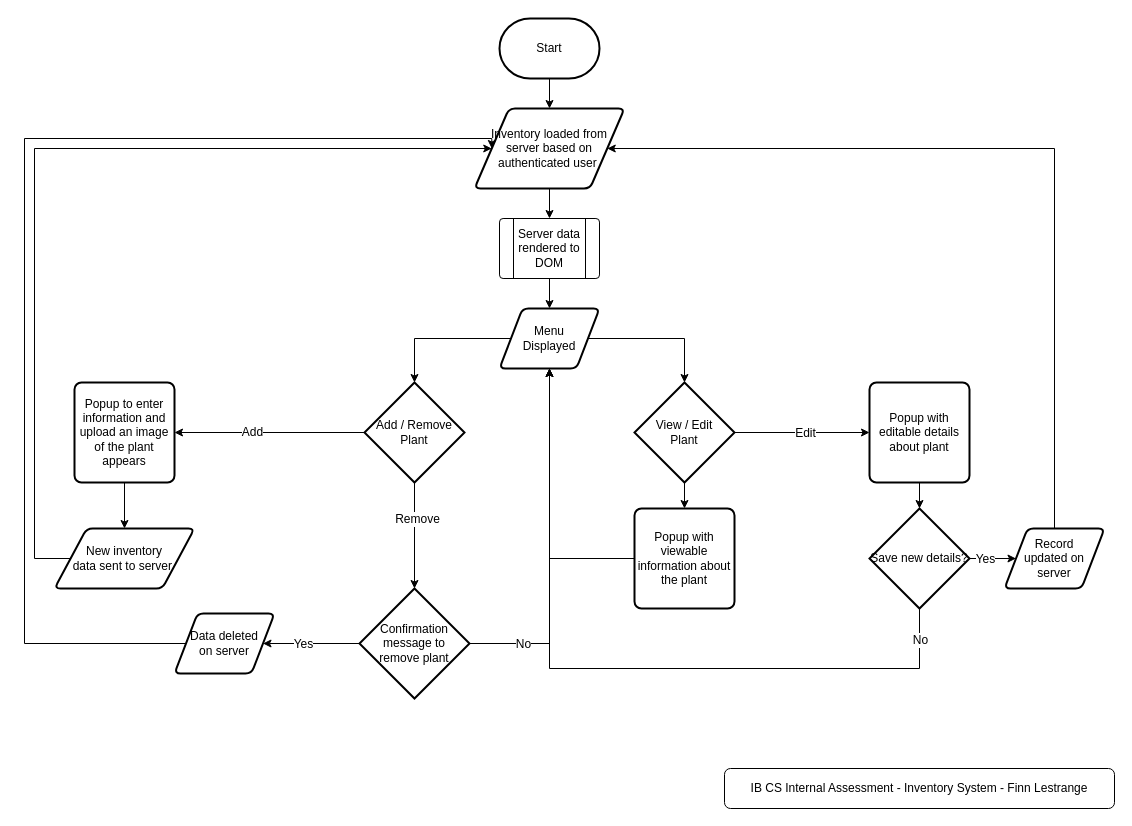
Earlier version of the draw.io diagram Diagrams and Flowcharts/InventorySystem.drawio (71xn/ibcs-ia). Source tidied: cells renumbered, new cells numbered last; positions are measured from the earlier drawing's top-left corner, leaving out a move shared by most shapes. Both pictures are drawn from the tidied source at 100%, with x=0, y=0 at pixel (24, 18).
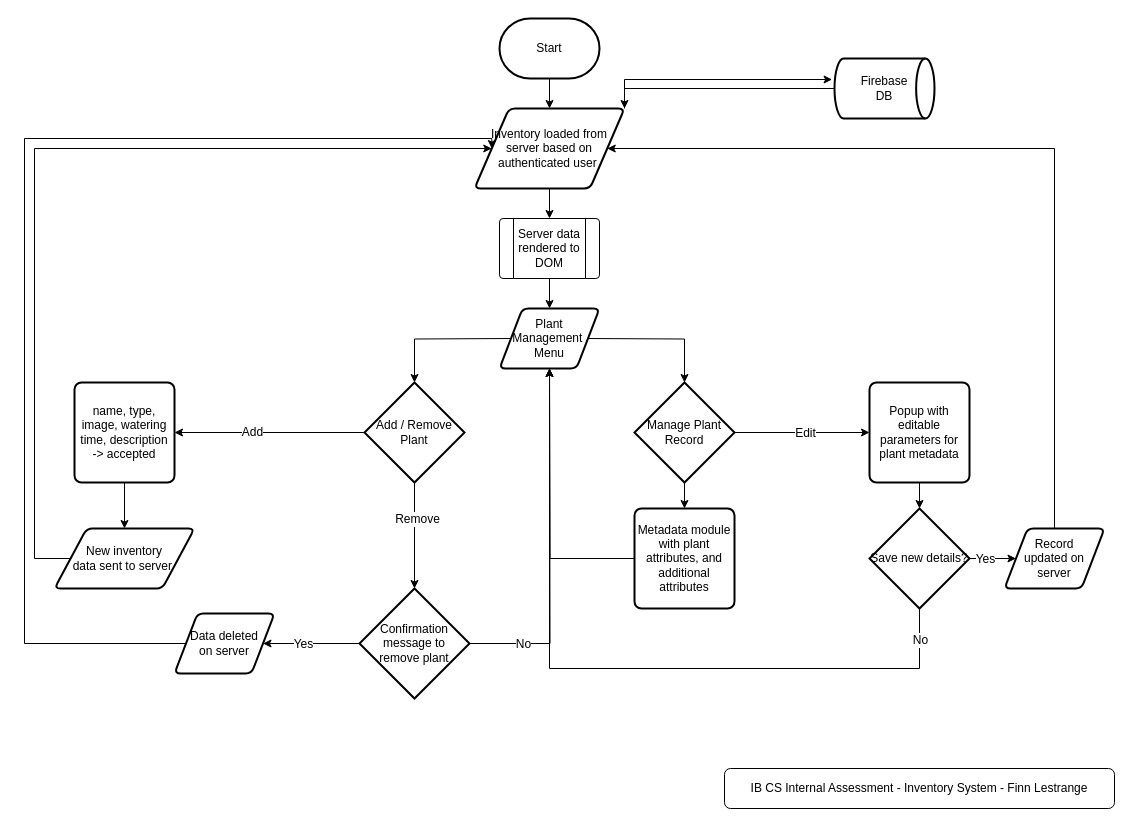
Above is the later version.

Unchanged cells that the change refers to:
```xml
<mxCell id="6" value="&lt;font style=&quot;font-size: 12px&quot;&gt;Inventory loaded from server based on &lt;br&gt;authenticated user&amp;nbsp;&lt;/font&gt;" style="shape=parallelogram;html=1;strokeWidth=2;perimeter=parallelogramPerimeter;whiteSpace=wrap;rounded=1;arcSize=12;size=0.23;" parent="1" vertex="1">
  <mxGeometry x="450" y="90" width="150" height="80" as="geometry" />
</mxCell>
<mxCell id="11" value="Add / Remove Plant" style="strokeWidth=2;html=1;shape=mxgraph.flowchart.decision;whiteSpace=wrap;fontSize=12;" parent="1" vertex="1">
  <mxGeometry x="340" y="364" width="100" height="100" as="geometry" />
</mxCell>
<mxCell id="27" value="&lt;span&gt;Confirmation message to &lt;br&gt;remove plant&lt;/span&gt;" style="strokeWidth=2;html=1;shape=mxgraph.flowchart.decision;whiteSpace=wrap;fontSize=12;" parent="1" vertex="1">
  <mxGeometry x="335" y="570" width="110" height="110" as="geometry" />
</mxCell>
<mxCell id="33" value="Server data rendered to DOM" style="verticalLabelPosition=middle;verticalAlign=middle;html=1;shape=process;whiteSpace=wrap;rounded=1;size=0.14;arcSize=6;fontSize=12;labelPosition=center;align=center;" parent="1" vertex="1">
  <mxGeometry x="475" y="200" width="100" height="60" as="geometry" />
</mxCell>
<mxCell id="38" value="Save new details?" style="strokeWidth=2;html=1;shape=mxgraph.flowchart.decision;whiteSpace=wrap;fontSize=12;" parent="1" vertex="1">
  <mxGeometry x="845" y="490" width="100" height="100" as="geometry" />
</mxCell>
```

Diff of the diagram source:
```diff
@@
+    <mxCell id="43" style="edgeStyle=orthogonalEdgeStyle;rounded=0;jettySize=auto;html=1;exitX=1;exitY=0;exitDx=0;exitDy=0;entryX=-0.024;entryY=0.35;entryDx=0;entryDy=0;entryPerimeter=0;" parent="1" edge="1" source="6" target="45">
+      <mxGeometry relative="1" as="geometry" />
+    </mxCell>
@@
-    <mxCell id="12" style="edgeStyle=orthogonalEdgeStyle;rounded=0;jettySize=auto;html=1;exitX=0;exitY=0.5;exitDx=0;exitDy=0;entryX=0.5;entryY=0;entryDx=0;entryDy=0;entryPerimeter=0;fontSize=12;" parent="1" edge="1" source="14" target="11">
-      <mxGeometry relative="1" as="geometry" />
+    <mxCell id="12" style="edgeStyle=orthogonalEdgeStyle;rounded=0;jettySize=auto;html=1;exitX=0;exitY=0.5;exitDx=0;exitDy=0;entryX=0.5;entryY=0;entryDx=0;entryDy=0;entryPerimeter=0;fontSize=12;" parent="1" edge="1" target="11">
+      <mxGeometry relative="1" as="geometry">
+        <mxPoint x="486.5" y="320" as="sourcePoint" />
+      </mxGeometry>
     </mxCell>
-    <mxCell id="13" style="edgeStyle=orthogonalEdgeStyle;rounded=0;jettySize=auto;html=1;exitX=1;exitY=0.5;exitDx=0;exitDy=0;entryX=0.5;entryY=0;entryDx=0;entryDy=0;entryPerimeter=0;fontSize=12;" parent="1" edge="1" source="14" target="18">
-      <mxGeometry relative="1" as="geometry" />
+    <mxCell id="13" style="edgeStyle=orthogonalEdgeStyle;rounded=0;jettySize=auto;html=1;exitX=1;exitY=0.5;exitDx=0;exitDy=0;entryX=0.5;entryY=0;entryDx=0;entryDy=0;entryPerimeter=0;fontSize=12;" parent="1" edge="1" target="18">
+      <mxGeometry relative="1" as="geometry">
+        <mxPoint x="563.5" y="320" as="sourcePoint" />
+      </mxGeometry>
     </mxCell>
-    <mxCell id="14" value="Menu&lt;br&gt;Displayed" style="shape=parallelogram;html=1;strokeWidth=2;perimeter=parallelogramPerimeter;whiteSpace=wrap;rounded=1;arcSize=12;size=0.23;fontSize=12;" parent="1" vertex="1">
-      <mxGeometry x="475" y="290" width="100" height="60" as="geometry" />
-    </mxCell>
@@
-    <mxCell id="18" value="View / Edit &lt;br&gt;Plant" style="strokeWidth=2;html=1;shape=mxgraph.flowchart.decision;whiteSpace=wrap;fontSize=12;" parent="1" vertex="1">
+    <mxCell id="18" value="Manage Plant&lt;br&gt;Record" style="strokeWidth=2;html=1;shape=mxgraph.flowchart.decision;whiteSpace=wrap;fontSize=12;" parent="1" vertex="1">
       <mxGeometry x="610" y="364" width="100" height="100" as="geometry" />
     </mxCell>
@@
-    <mxCell id="20" value="Popup to enter information and upload an image of the plant appears" style="rounded=1;whiteSpace=wrap;html=1;absoluteArcSize=1;arcSize=14;strokeWidth=2;fontSize=12;" parent="1" vertex="1">
+    <mxCell id="20" value="name, type, image, watering time, description &lt;br&gt;-&amp;gt; accepted" style="rounded=1;whiteSpace=wrap;html=1;absoluteArcSize=1;arcSize=14;strokeWidth=2;fontSize=12;" parent="1" vertex="1">
       <mxGeometry x="50" y="364" width="100" height="100" as="geometry" />
     </mxCell>
@@
-    <mxCell id="25" style="edgeStyle=orthogonalEdgeStyle;rounded=0;jettySize=auto;html=1;entryX=0.5;entryY=1;entryDx=0;entryDy=0;fontSize=12;" parent="1" edge="1" source="27" target="14">
-      <mxGeometry relative="1" as="geometry" />
+    <mxCell id="25" style="edgeStyle=orthogonalEdgeStyle;rounded=0;jettySize=auto;html=1;entryX=0.5;entryY=1;entryDx=0;entryDy=0;fontSize=12;" parent="1" edge="1" source="27">
+      <mxGeometry relative="1" as="geometry">
+        <mxPoint x="525" y="350" as="targetPoint" />
+      </mxGeometry>
     </mxCell>
@@
-    <mxCell id="31" value="Popup with editable details about plant" style="rounded=1;whiteSpace=wrap;html=1;absoluteArcSize=1;arcSize=14;strokeWidth=2;fontSize=12;" parent="1" vertex="1">
+    <mxCell id="31" value="Popup with editable parameters for plant metadata" style="rounded=1;whiteSpace=wrap;html=1;absoluteArcSize=1;arcSize=14;strokeWidth=2;fontSize=12;" parent="1" vertex="1">
       <mxGeometry x="845" y="364" width="100" height="100" as="geometry" />
     </mxCell>
-    <mxCell id="32" style="edgeStyle=orthogonalEdgeStyle;rounded=0;jettySize=auto;html=1;exitX=0.5;exitY=1;exitDx=0;exitDy=0;entryX=0.5;entryY=0;entryDx=0;entryDy=0;fontSize=12;" parent="1" edge="1" source="33" target="14">
-      <mxGeometry relative="1" as="geometry" />
+    <mxCell id="32" style="edgeStyle=orthogonalEdgeStyle;rounded=0;jettySize=auto;html=1;exitX=0.5;exitY=1;exitDx=0;exitDy=0;entryX=0.5;entryY=0;entryDx=0;entryDy=0;fontSize=12;" parent="1" edge="1" source="33">
+      <mxGeometry relative="1" as="geometry">
+        <mxPoint x="525" y="290" as="targetPoint" />
+      </mxGeometry>
     </mxCell>
@@
-    <mxCell id="36" style="edgeStyle=orthogonalEdgeStyle;rounded=0;jettySize=auto;html=1;exitX=0.5;exitY=1;exitDx=0;exitDy=0;exitPerimeter=0;entryX=0.5;entryY=1;entryDx=0;entryDy=0;fontSize=12;" parent="1" edge="1" source="38" target="14">
+    <mxCell id="36" style="edgeStyle=orthogonalEdgeStyle;rounded=0;jettySize=auto;html=1;exitX=0.5;exitY=1;exitDx=0;exitDy=0;exitPerimeter=0;entryX=0.5;entryY=1;entryDx=0;entryDy=0;fontSize=12;" parent="1" edge="1" source="38">
       <mxGeometry relative="1" as="geometry">
+        <mxPoint x="525" y="350" as="targetPoint" />
         <Array as="points">
           <mxPoint x="895" y="650" />
           <mxPoint x="525" y="650" />
         </Array>
       </mxGeometry>
     </mxCell>
@@
-    <mxCell id="41" style="edgeStyle=orthogonalEdgeStyle;rounded=0;jettySize=auto;html=1;exitX=0;exitY=0.5;exitDx=0;exitDy=0;entryX=0.5;entryY=1;entryDx=0;entryDy=0;fontSize=12;" parent="1" edge="1" source="42" target="14">
-      <mxGeometry relative="1" as="geometry" />
+    <mxCell id="41" style="edgeStyle=orthogonalEdgeStyle;rounded=0;jettySize=auto;html=1;exitX=0;exitY=0.5;exitDx=0;exitDy=0;entryX=0.5;entryY=1;entryDx=0;entryDy=0;fontSize=12;" parent="1" edge="1" source="42">
+      <mxGeometry relative="1" as="geometry">
+        <mxPoint x="525" y="350" as="targetPoint" />
+      </mxGeometry>
     </mxCell>
-    <mxCell id="42" value="Popup with viewable information about the plant" style="rounded=1;whiteSpace=wrap;html=1;absoluteArcSize=1;arcSize=14;strokeWidth=2;fontSize=12;" parent="1" vertex="1">
+    <mxCell id="42" value="Metadata module with plant attributes, and additional attributes" style="rounded=1;whiteSpace=wrap;html=1;absoluteArcSize=1;arcSize=14;strokeWidth=2;fontSize=12;" parent="1" vertex="1">
       <mxGeometry x="610" y="490" width="100" height="100" as="geometry" />
     </mxCell>
+    <mxCell id="44" style="edgeStyle=orthogonalEdgeStyle;rounded=0;jettySize=auto;html=1;exitX=0;exitY=0.5;exitDx=0;exitDy=0;exitPerimeter=0;entryX=1;entryY=0;entryDx=0;entryDy=0;" parent="1" edge="1" source="45" target="6">
+      <mxGeometry relative="1" as="geometry" />
+    </mxCell>
+    <mxCell id="45" value="Firebase &lt;br&gt;DB" style="strokeWidth=2;html=1;shape=mxgraph.flowchart.direct_data;whiteSpace=wrap;" parent="1" vertex="1">
+      <mxGeometry x="810" y="40" width="100" height="60" as="geometry" />
+    </mxCell>
+    <mxCell id="46" value="Plant&lt;br&gt;Management&amp;nbsp;&lt;br&gt;Menu" style="shape=parallelogram;html=1;strokeWidth=2;perimeter=parallelogramPerimeter;whiteSpace=wrap;rounded=1;arcSize=12;size=0.23;" parent="1" vertex="1">
+      <mxGeometry x="475" y="290" width="100" height="60" as="geometry" />
+    </mxCell>
```
